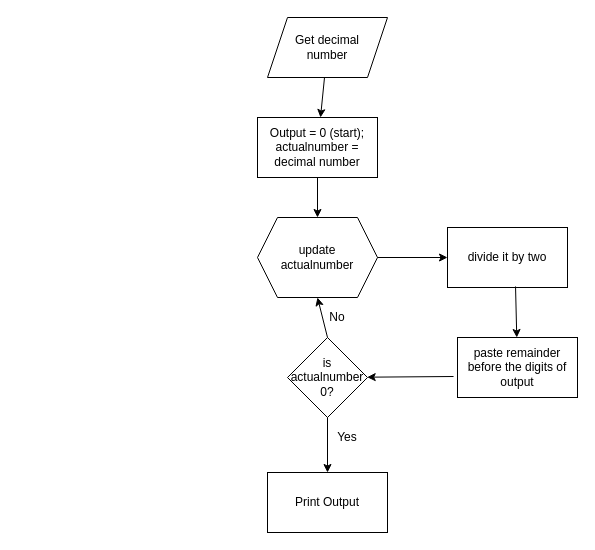
tepertopogacsa/hello-world keeps this draw.io diagram as Untitled Diagram.drawio. Above is the earlier version. Source tidied: cells renumbered, new cells numbered last; positions are measured from the earlier drawing's top-left corner, leaving out a move shared by most shapes. Both pictures are drawn from the tidied source at 100%, with x=0, y=0 at pixel (257, 17).
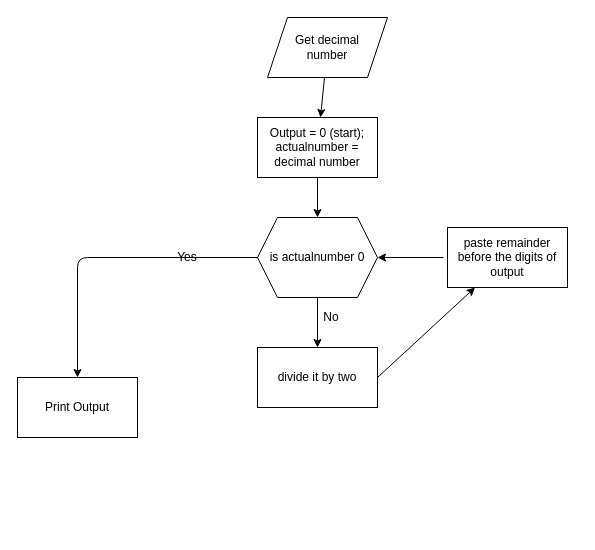
The same diagram, later.

Change to the diagram source:
```diff
@@
 <mxGraphModel>
   <root>
     <mxCell id="0" />
     <mxCell id="1" parent="0" />
-    <mxCell id="2" value="update &lt;br&gt;actualnumber" style="shape=hexagon;perimeter=hexagonPerimeter2;whiteSpace=wrap;html=1;fixedSize=1;" parent="1" vertex="1">
+    <mxCell id="2" value="is actualnumber 0" style="shape=hexagon;perimeter=hexagonPerimeter2;whiteSpace=wrap;html=1;fixedSize=1;" parent="1" vertex="1">
       <mxGeometry y="200" width="120" height="80" as="geometry" />
     </mxCell>
     <mxCell id="3" value="Get decimal&lt;br&gt; number" style="shape=parallelogram;perimeter=parallelogramPerimeter;whiteSpace=wrap;html=1;fixedSize=1;" parent="1" vertex="1">
       <mxGeometry x="10" width="120" height="60" as="geometry" />
     </mxCell>
     <mxCell id="4" style="endArrow=classic;html=1;" parent="1" edge="1" source="3" target="7">
       <mxGeometry relative="1" as="geometry" />
     </mxCell>
     <mxCell id="5" value="divide it by two" style="rounded=0;whiteSpace=wrap;html=1;" parent="1" vertex="1">
-      <mxGeometry x="190" y="210" width="120" height="60" as="geometry" />
+      <mxGeometry y="330" width="120" height="60" as="geometry" />
     </mxCell>
-    <mxCell id="6" style="endArrow=classic;html=1;exitX=1;exitY=0.5;exitDx=0;exitDy=0;entryX=0;entryY=0.5;entryDx=0;entryDy=0;" parent="1" edge="1" source="2" target="5">
+    <mxCell id="6" style="endArrow=classic;html=1;exitX=0.5;exitY=1;exitDx=0;exitDy=0;entryX=0.5;entryY=0;entryDx=0;entryDy=0;" parent="1" edge="1" source="2" target="5">
       <mxGeometry relative="1" as="geometry" />
     </mxCell>
     <mxCell id="7" value="Output = 0 (start); actualnumber = decimal number" style="rounded=0;whiteSpace=wrap;html=1;" parent="1" vertex="1">
       <mxGeometry y="100" width="120" height="60" as="geometry" />
     </mxCell>
     <mxCell id="8" style="endArrow=classic;html=1;exitX=0.5;exitY=1;exitDx=0;exitDy=0;entryX=0.5;entryY=0;entryDx=0;entryDy=0;" parent="1" edge="1" source="7" target="2">
       <mxGeometry relative="1" as="geometry" />
     </mxCell>
-    <mxCell id="9" style="endArrow=classic;html=1;exitX=0.567;exitY=0.983;exitDx=0;exitDy=0;exitPerimeter=0;" parent="1" edge="1" source="5" target="10">
+    <mxCell id="9" style="endArrow=classic;html=1;exitX=1;exitY=0.5;exitDx=0;exitDy=0;" parent="1" edge="1" source="5" target="10">
       <mxGeometry relative="1" as="geometry" />
     </mxCell>
     <mxCell id="10" value="paste remainder before the digits of output" style="rounded=0;whiteSpace=wrap;html=1;" parent="1" vertex="1">
-      <mxGeometry x="200" y="320" width="120" height="60" as="geometry" />
+      <mxGeometry x="190" y="210" width="120" height="60" as="geometry" />
     </mxCell>
-    <mxCell id="11" style="endArrow=classic;html=1;exitX=-0.033;exitY=0.65;exitDx=0;exitDy=0;exitPerimeter=0;" parent="1" edge="1" source="10" target="12">
-      <mxGeometry relative="1" as="geometry" />
+    <mxCell id="11" style="endArrow=classic;html=1;entryX=1;entryY=0.5;entryDx=0;entryDy=0;" parent="1" edge="1" target="2">
+      <mxGeometry relative="1" as="geometry">
+        <mxPoint x="186" y="240" as="sourcePoint" />
+      </mxGeometry>
     </mxCell>
-    <mxCell id="12" value="is actualnumber 0?" style="rhombus;whiteSpace=wrap;html=1;" parent="1" vertex="1">
-      <mxGeometry x="30" y="320" width="80" height="80" as="geometry" />
-    </mxCell>
-    <mxCell id="13" style="endArrow=classic;html=1;entryX=0.5;entryY=1;entryDx=0;entryDy=0;exitX=0.5;exitY=0;exitDx=0;exitDy=0;" parent="1" edge="1" source="12" target="2">
-      <mxGeometry relative="1" as="geometry" />
+    <mxCell id="13" style="endArrow=classic;html=1;exitX=0;exitY=0.5;exitDx=0;exitDy=0;" parent="1" edge="1" source="2">
+      <mxGeometry relative="1" as="geometry">
+        <mxPoint x="-180" y="360" as="targetPoint" />
+        <Array as="points">
+          <mxPoint x="-180" y="240" />
+        </Array>
+      </mxGeometry>
     </mxCell>
     <mxCell id="14" value="No" style="text;html=1;strokeColor=none;fillColor=none;align=center;verticalAlign=middle;whiteSpace=wrap;rounded=0;" parent="1" vertex="1">
-      <mxGeometry x="60" y="290" width="40" height="20" as="geometry" />
+      <mxGeometry x="54" y="290" width="40" height="20" as="geometry" />
     </mxCell>
     <mxCell id="15" value="Print Output" style="rounded=0;whiteSpace=wrap;html=1;" parent="1" vertex="1">
-      <mxGeometry x="10" y="455" width="120" height="60" as="geometry" />
+      <mxGeometry x="-240" y="360" width="120" height="60" as="geometry" />
     </mxCell>
-    <mxCell id="16" style="endArrow=classic;html=1;exitX=0.5;exitY=1;exitDx=0;exitDy=0;entryX=0.5;entryY=0;entryDx=0;entryDy=0;" parent="1" edge="1" source="12" target="15">
-      <mxGeometry relative="1" as="geometry" />
-    </mxCell>
     <mxCell id="17" value="Yes" style="text;html=1;strokeColor=none;fillColor=none;align=center;verticalAlign=middle;whiteSpace=wrap;rounded=0;" parent="1" vertex="1">
-      <mxGeometry x="70" y="410" width="40" height="20" as="geometry" />
+      <mxGeometry x="-90" y="230" width="40" height="20" as="geometry" />
     </mxCell>
   </root>
 </mxGraphModel>
```
